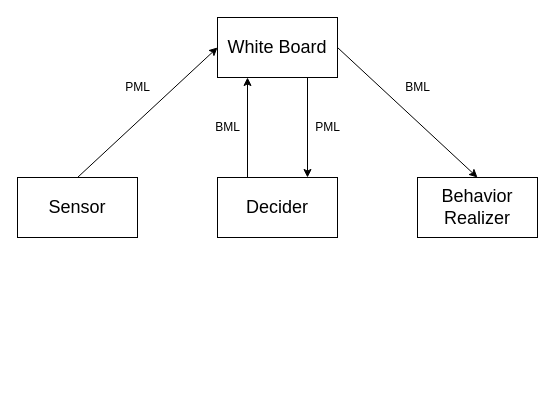
Before: Untitled Diagram.drawio in TaranMarec/taranmarec.github.io, a draw.io diagram. Source tidied: cells renumbered, new cells numbered last; positions are measured from the earlier drawing's top-left corner, leaving out a move shared by most shapes. Both pictures are drawn from the tidied source at 100%, with x=0, y=0 at pixel (17, 17). Pictures stored in the file or linked from it are replaced by grey dashed boxes.
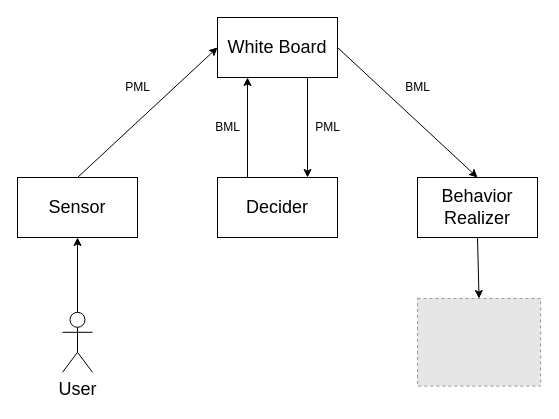
The same diagram, later.

What changed in the source:
```diff
@@
 <mxGraphModel>
   <root>
     <mxCell id="0" />
     <mxCell id="1" parent="0" />
     <mxCell id="2" value="&lt;font style=&quot;font-size: 18px&quot;&gt;Sensor&lt;/font&gt;" style="rounded=0;whiteSpace=wrap;html=1;" parent="1" vertex="1">
       <mxGeometry y="160" width="120" height="60" as="geometry" />
     </mxCell>
     <mxCell id="3" value="&lt;font style=&quot;font-size: 18px&quot;&gt;Decider&lt;/font&gt;" style="rounded=0;whiteSpace=wrap;html=1;" parent="1" vertex="1">
       <mxGeometry x="200" y="160" width="120" height="60" as="geometry" />
     </mxCell>
     <mxCell id="4" value="&lt;font style=&quot;font-size: 18px&quot;&gt;Behavior Realizer&lt;/font&gt;" style="rounded=0;whiteSpace=wrap;html=1;" parent="1" vertex="1">
       <mxGeometry x="400" y="160" width="120" height="60" as="geometry" />
     </mxCell>
     <mxCell id="5" value="&lt;font style=&quot;font-size: 18px&quot;&gt;White Board&lt;/font&gt;" style="rounded=0;whiteSpace=wrap;html=1;" parent="1" vertex="1">
       <mxGeometry x="200" width="120" height="60" as="geometry" />
     </mxCell>
     <mxCell id="6" style="endArrow=classic;html=1;rounded=0;exitX=0.5;exitY=0;exitDx=0;exitDy=0;entryX=0;entryY=0.5;entryDx=0;entryDy=0;" parent="1" edge="1" source="2" target="5">
       <mxGeometry relative="1" as="geometry" />
     </mxCell>
     <mxCell id="7" style="endArrow=classic;html=1;rounded=0;entryX=0.5;entryY=0;entryDx=0;entryDy=0;" parent="1" edge="1" target="4">
       <mxGeometry relative="1" as="geometry">
         <mxPoint x="320" y="30" as="sourcePoint" />
       </mxGeometry>
     </mxCell>
     <mxCell id="8" style="endArrow=classic;html=1;rounded=0;entryX=0.25;entryY=1;entryDx=0;entryDy=0;exitX=0.25;exitY=0;exitDx=0;exitDy=0;" parent="1" edge="1" source="3" target="5">
       <mxGeometry relative="1" as="geometry" />
     </mxCell>
     <mxCell id="9" style="endArrow=classic;html=1;rounded=0;entryX=0.75;entryY=0;entryDx=0;entryDy=0;exitX=0.75;exitY=1;exitDx=0;exitDy=0;" parent="1" edge="1" source="5" target="3">
       <mxGeometry relative="1" as="geometry" />
     </mxCell>
     <mxCell id="10" value="&lt;blockquote style=&quot;margin: 0 0 0 40px ; border: none ; padding: 0px&quot;&gt;BML&lt;/blockquote&gt;" style="text;html=1;align=center;verticalAlign=middle;strokeColor=none;fillColor=none;" parent="1" vertex="1">
       <mxGeometry x="340" y="60" width="80" height="20" as="geometry" />
     </mxCell>
     <mxCell id="11" value="PML" style="text;html=1;align=center;verticalAlign=middle;strokeColor=none;fillColor=none;" parent="1" vertex="1">
       <mxGeometry x="290" y="100" width="40" height="20" as="geometry" />
     </mxCell>
     <mxCell id="12" value="BML" style="text;html=1;align=center;verticalAlign=middle;strokeColor=none;fillColor=none;" parent="1" vertex="1">
       <mxGeometry x="190" y="100" width="40" height="20" as="geometry" />
     </mxCell>
     <mxCell id="13" value="PML" style="text;html=1;align=center;verticalAlign=middle;strokeColor=none;fillColor=none;" parent="1" vertex="1">
       <mxGeometry x="100" y="60" width="40" height="20" as="geometry" />
     </mxCell>
+    <mxCell id="14" style="fillColor=#E6E6E6;strokeColor=#999999;dashed=1;verticalLabelPosition=bottom;labelBackgroundColor=default;verticalAlign=top;" parent="1" vertex="1">
+      <mxGeometry x="400" y="281" width="123.1" height="87.6" as="geometry" />
+    </mxCell>
+    <mxCell id="15" style="endArrow=classic;html=1;rounded=0;fontSize=18;exitX=0.5;exitY=1;exitDx=0;exitDy=0;entryX=0.5;entryY=0;entryDx=0;entryDy=0;" parent="1" edge="1" source="4" target="14">
+      <mxGeometry relative="1" as="geometry" />
+    </mxCell>
+    <mxCell id="16" style="edgeStyle=orthogonalEdgeStyle;rounded=0;jettySize=auto;html=1;entryX=0.5;entryY=1;entryDx=0;entryDy=0;fontSize=18;" parent="1" edge="1" source="17" target="2">
+      <mxGeometry relative="1" as="geometry" />
+    </mxCell>
+    <mxCell id="17" value="User" style="shape=umlActor;verticalLabelPosition=bottom;verticalAlign=top;html=1;outlineConnect=0;fontSize=18;" parent="1" vertex="1">
+      <mxGeometry x="45" y="294.8" width="30" height="60" as="geometry" />
+    </mxCell>
   </root>
 </mxGraphModel>
```
